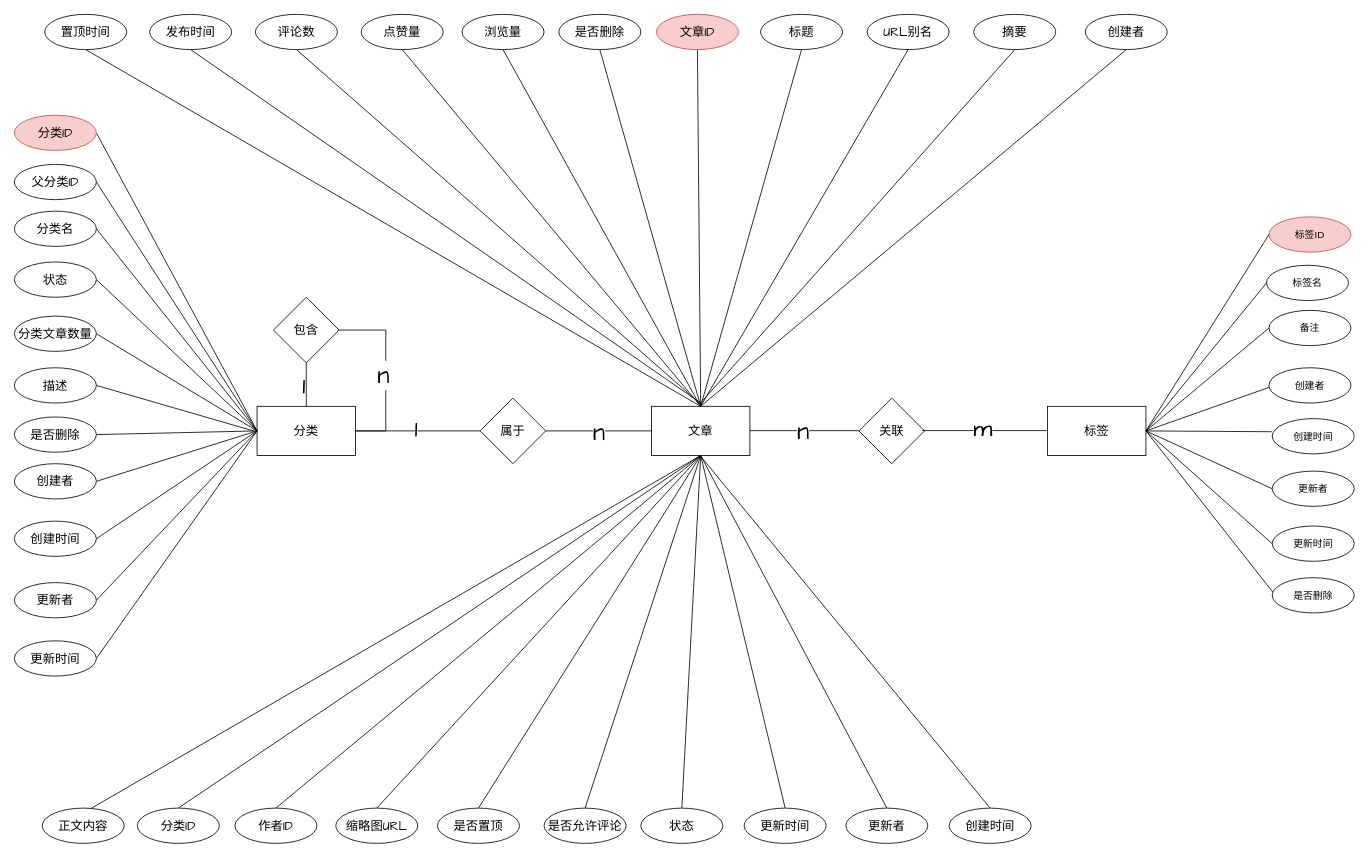
Above: graph/分类ER.drawio in zhangbird050801/bird-blog (draw.io), before the change. Source tidied: cells renumbered, new cells numbered last; positions are measured from the earlier drawing's top-left corner, leaving out a move shared by most shapes. Both pictures are drawn from the tidied source at 82%, with x=0, y=0 at pixel (14, 14).
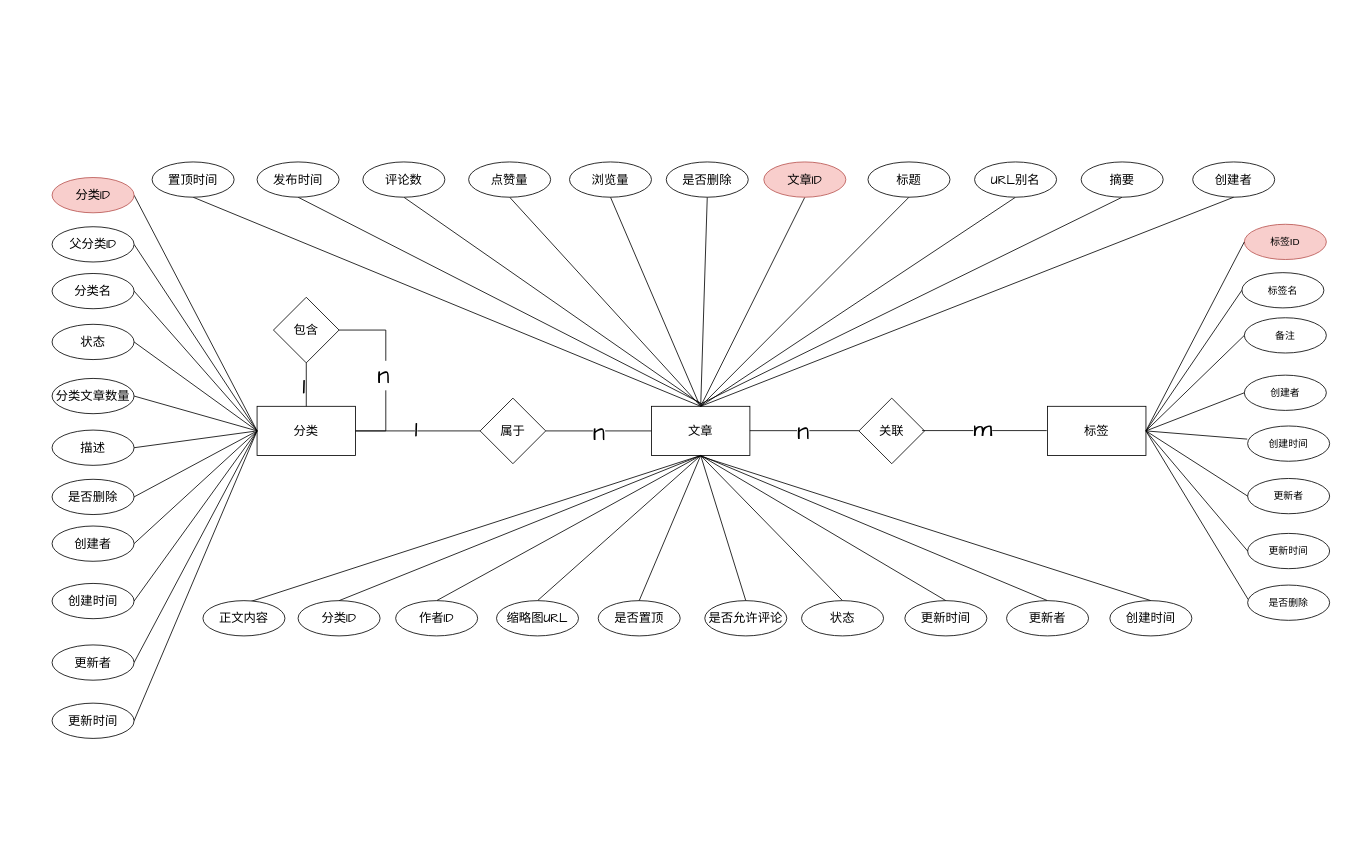
After the change.

Unchanged cells that the change refers to:
```xml
<mxCell id="72" value="标签" style="rounded=0;whiteSpace=wrap;html=1;fontSize=15;fontFamily=Comic Sans MS;" parent="1" vertex="1">
  <mxGeometry x="1260" y="478" width="120" height="60" as="geometry" />
</mxCell>
```

Diff of the diagram source:
```diff
@@
     <mxCell id="6" value="分类ID" style="whiteSpace=wrap;html=1;shape=ellipse;perimeter=ellipsePerimeter;strokeColor=#b85450;align=center;verticalAlign=middle;fontFamily=Comic Sans MS;fontSize=15;fillColor=#f8cecc;fixedWidth=0;" parent="1" vertex="1">
-      <mxGeometry y="123" width="100" height="43" as="geometry" />
+      <mxGeometry x="46" y="199" width="100" height="43" as="geometry" />
     </mxCell>
@@
     <mxCell id="8" value="分类名" style="whiteSpace=wrap;html=1;shape=ellipse;perimeter=ellipsePerimeter;strokeColor=default;align=center;verticalAlign=middle;fontFamily=Comic Sans MS;fontSize=15;fontColor=default;fillColor=default;" parent="1" vertex="1">
-      <mxGeometry y="240" width="100" height="43" as="geometry" />
+      <mxGeometry x="46" y="316" width="100" height="43" as="geometry" />
     </mxCell>
@@
     <mxCell id="10" value="描述" style="whiteSpace=wrap;html=1;rounded=0;shape=ellipse;perimeter=ellipsePerimeter;strokeColor=default;align=center;verticalAlign=middle;fontFamily=Comic Sans MS;fontSize=15;fontColor=default;fillColor=default;" parent="1" vertex="1">
-      <mxGeometry y="431" width="100" height="43" as="geometry" />
+      <mxGeometry x="46" y="507" width="100" height="43" as="geometry" />
     </mxCell>
@@
     <mxCell id="12" value="状态" style="whiteSpace=wrap;html=1;rounded=0;shape=ellipse;perimeter=ellipsePerimeter;strokeColor=default;align=center;verticalAlign=middle;fontFamily=Comic Sans MS;fontSize=15;fontColor=default;fillColor=default;" parent="1" vertex="1">
-      <mxGeometry y="302" width="100" height="43" as="geometry" />
+      <mxGeometry x="46" y="378" width="100" height="43" as="geometry" />
     </mxCell>
@@
     <mxCell id="14" value="创建时间" style="whiteSpace=wrap;html=1;shape=ellipse;perimeter=ellipsePerimeter;strokeColor=default;align=center;verticalAlign=middle;fontFamily=Comic Sans MS;fontSize=15;fontColor=default;fillColor=default;" parent="1" vertex="1">
-      <mxGeometry y="618" width="100" height="43" as="geometry" />
+      <mxGeometry x="46" y="694" width="100" height="43" as="geometry" />
     </mxCell>
@@
     <mxCell id="16" value="创建者" style="whiteSpace=wrap;html=1;shape=ellipse;perimeter=ellipsePerimeter;strokeColor=default;align=center;verticalAlign=middle;fontFamily=Comic Sans MS;fontSize=15;fontColor=default;fillColor=default;" parent="1" vertex="1">
-      <mxGeometry y="548" width="100" height="43" as="geometry" />
+      <mxGeometry x="46" y="624" width="100" height="43" as="geometry" />
     </mxCell>
@@
     <mxCell id="18" value="更新时间" style="whiteSpace=wrap;html=1;shape=ellipse;perimeter=ellipsePerimeter;strokeColor=default;align=center;verticalAlign=middle;fontFamily=Comic Sans MS;fontSize=15;fontColor=default;fillColor=default;" parent="1" vertex="1">
-      <mxGeometry y="764" width="100" height="43" as="geometry" />
+      <mxGeometry x="46" y="840" width="100" height="43" as="geometry" />
     </mxCell>
@@
     <mxCell id="20" value="更新者" style="whiteSpace=wrap;html=1;shape=ellipse;perimeter=ellipsePerimeter;strokeColor=default;align=center;verticalAlign=middle;fontFamily=Comic Sans MS;fontSize=15;fontColor=default;fillColor=default;" parent="1" vertex="1">
-      <mxGeometry y="693" width="100" height="43" as="geometry" />
+      <mxGeometry x="46" y="769" width="100" height="43" as="geometry" />
     </mxCell>
@@
     <mxCell id="22" value="分类文章数量" style="whiteSpace=wrap;html=1;shape=ellipse;perimeter=ellipsePerimeter;strokeColor=default;align=center;verticalAlign=middle;fontFamily=Comic Sans MS;fontSize=15;fontColor=default;fillColor=default;" parent="1" vertex="1">
-      <mxGeometry y="368" width="100" height="43" as="geometry" />
+      <mxGeometry x="46" y="444" width="100" height="43" as="geometry" />
     </mxCell>
@@
     <mxCell id="24" value="是否删除" style="whiteSpace=wrap;html=1;shape=ellipse;perimeter=ellipsePerimeter;fontSize=15;fontFamily=Comic Sans MS;strokeWidth=1;fontStyle=0;" parent="1" vertex="1">
-      <mxGeometry y="491" width="100" height="43" as="geometry" />
+      <mxGeometry x="46" y="567" width="100" height="43" as="geometry" />
     </mxCell>
@@
     <mxCell id="26" value="父分类ID" style="whiteSpace=wrap;html=1;rounded=0;strokeColor=default;align=center;verticalAlign=middle;fontFamily=Comic Sans MS;fontSize=15;fontColor=default;fillColor=default;shape=ellipse;perimeter=ellipsePerimeter;" parent="1" vertex="1">
-      <mxGeometry y="183" width="100" height="43" as="geometry" />
+      <mxGeometry x="46" y="259" width="100" height="43" as="geometry" />
     </mxCell>
@@
     <mxCell id="32" value="文章ID" style="whiteSpace=wrap;html=1;shape=ellipse;perimeter=ellipsePerimeter;fontSize=15;fontFamily=Comic Sans MS;fillColor=#f8cecc;strokeColor=#b85450;" parent="1" vertex="1">
-      <mxGeometry x="783" width="100" height="43" as="geometry" />
+      <mxGeometry x="914" y="180" width="100" height="43" as="geometry" />
     </mxCell>
@@
     <mxCell id="34" value="URL别名" style="whiteSpace=wrap;html=1;shape=ellipse;perimeter=ellipsePerimeter;fontSize=15;fontFamily=Comic Sans MS;" parent="1" vertex="1">
-      <mxGeometry x="1040" width="100" height="43" as="geometry" />
+      <mxGeometry x="1171" y="180" width="100" height="43" as="geometry" />
     </mxCell>
@@
     <mxCell id="36" value="分类ID" style="whiteSpace=wrap;html=1;rounded=0;shape=ellipse;perimeter=ellipsePerimeter;fontSize=15;fontFamily=Comic Sans MS;" parent="1" vertex="1">
-      <mxGeometry x="150" y="968" width="100" height="43" as="geometry" />
+      <mxGeometry x="346" y="715" width="100" height="43" as="geometry" />
     </mxCell>
@@
     <mxCell id="38" value="摘要" style="whiteSpace=wrap;html=1;rounded=0;shape=ellipse;perimeter=ellipsePerimeter;fontSize=15;fontFamily=Comic Sans MS;" parent="1" vertex="1">
-      <mxGeometry x="1170" width="100" height="43" as="geometry" />
+      <mxGeometry x="1301" y="180" width="100" height="43" as="geometry" />
     </mxCell>
@@
     <mxCell id="40" value="创建时间" style="whiteSpace=wrap;html=1;shape=ellipse;perimeter=ellipsePerimeter;fontSize=15;fontFamily=Comic Sans MS;" parent="1" vertex="1">
-      <mxGeometry x="1140" y="968" width="100" height="43" as="geometry" />
+      <mxGeometry x="1336" y="715" width="100" height="43" as="geometry" />
     </mxCell>
     <mxCell id="41" value="创建者" style="whiteSpace=wrap;html=1;shape=ellipse;perimeter=ellipsePerimeter;fontSize=15;fontFamily=Comic Sans MS;" parent="1" vertex="1">
-      <mxGeometry x="1306" width="100" height="43" as="geometry" />
+      <mxGeometry x="1437" y="180" width="100" height="43" as="geometry" />
     </mxCell>
@@
     <mxCell id="43" value="更新时间" style="whiteSpace=wrap;html=1;shape=ellipse;perimeter=ellipsePerimeter;fontSize=15;fontFamily=Comic Sans MS;" parent="1" vertex="1">
-      <mxGeometry x="890" y="968" width="100" height="43" as="geometry" />
+      <mxGeometry x="1086" y="715" width="100" height="43" as="geometry" />
     </mxCell>
@@
     <mxCell id="45" value="更新者" style="whiteSpace=wrap;html=1;shape=ellipse;perimeter=ellipsePerimeter;fontSize=15;fontFamily=Comic Sans MS;" parent="1" vertex="1">
-      <mxGeometry x="1014" y="968" width="100" height="43" as="geometry" />
+      <mxGeometry x="1210" y="715" width="100" height="43" as="geometry" />
     </mxCell>
@@
     <mxCell id="47" value="正文内容" style="whiteSpace=wrap;html=1;shape=ellipse;perimeter=ellipsePerimeter;fontSize=15;fontFamily=Comic Sans MS;" parent="1" vertex="1">
-      <mxGeometry x="34" y="968" width="100" height="43" as="geometry" />
+      <mxGeometry x="230" y="715" width="100" height="43" as="geometry" />
     </mxCell>
@@
     <mxCell id="49" value="标题" style="whiteSpace=wrap;html=1;rounded=0;strokeColor=default;align=center;verticalAlign=middle;fontFamily=Comic Sans MS;fontSize=15;fontColor=default;fillColor=default;shape=ellipse;perimeter=ellipsePerimeter;" parent="1" vertex="1">
-      <mxGeometry x="910" width="100" height="43" as="geometry" />
+      <mxGeometry x="1041" y="180" width="100" height="43" as="geometry" />
     </mxCell>
@@
     <mxCell id="51" value="是否删除" style="whiteSpace=wrap;html=1;shape=ellipse;perimeter=ellipsePerimeter;fontSize=15;fontFamily=Comic Sans MS;" parent="1" vertex="1">
-      <mxGeometry x="664" width="100" height="43" as="geometry" />
+      <mxGeometry x="795" y="180" width="100" height="43" as="geometry" />
     </mxCell>
     <mxCell id="52" value="是否置顶" style="whiteSpace=wrap;html=1;shape=ellipse;perimeter=ellipsePerimeter;fontSize=15;fontFamily=Comic Sans MS;" parent="1" vertex="1">
-      <mxGeometry x="516" y="968" width="100" height="43" as="geometry" />
+      <mxGeometry x="712" y="715" width="100" height="43" as="geometry" />
     </mxCell>
@@
     <mxCell id="54" value="缩略图URL" style="whiteSpace=wrap;html=1;shape=ellipse;perimeter=ellipsePerimeter;fontSize=15;fontFamily=Comic Sans MS;" parent="1" vertex="1">
-      <mxGeometry x="392" y="968" width="100" height="43" as="geometry" />
+      <mxGeometry x="588" y="715" width="100" height="43" as="geometry" />
     </mxCell>
@@
     <mxCell id="56" value="状态" style="whiteSpace=wrap;html=1;rounded=0;shape=ellipse;perimeter=ellipsePerimeter;fontSize=15;fontFamily=Comic Sans MS;" parent="1" vertex="1">
-      <mxGeometry x="764" y="968" width="100" height="43" as="geometry" />
+      <mxGeometry x="960" y="715" width="100" height="43" as="geometry" />
     </mxCell>
@@
     <mxCell id="58" value="是否允许评论" style="whiteSpace=wrap;html=1;shape=ellipse;perimeter=ellipsePerimeter;fontSize=15;fontFamily=Comic Sans MS;" parent="1" vertex="1">
-      <mxGeometry x="646" y="968" width="100" height="43" as="geometry" />
+      <mxGeometry x="842" y="715" width="100" height="43" as="geometry" />
     </mxCell>
@@
     <mxCell id="60" value="置顶时间" style="whiteSpace=wrap;html=1;shape=ellipse;perimeter=ellipsePerimeter;fontSize=15;fontFamily=Comic Sans MS;" parent="1" vertex="1">
-      <mxGeometry x="37" width="100" height="43" as="geometry" />
+      <mxGeometry x="168" y="180" width="100" height="43" as="geometry" />
     </mxCell>
@@
     <mxCell id="62" value="浏览量" style="whiteSpace=wrap;html=1;shape=ellipse;perimeter=ellipsePerimeter;fontSize=15;fontFamily=Comic Sans MS;" parent="1" vertex="1">
-      <mxGeometry x="546" width="100" height="43" as="geometry" />
+      <mxGeometry x="677" y="180" width="100" height="43" as="geometry" />
     </mxCell>
@@
     <mxCell id="65" value="评论数" style="whiteSpace=wrap;html=1;rounded=0;shape=ellipse;perimeter=ellipsePerimeter;fontSize=15;fontFamily=Comic Sans MS;" parent="1" vertex="1">
-      <mxGeometry x="294" width="100" height="43" as="geometry" />
+      <mxGeometry x="425" y="180" width="100" height="43" as="geometry" />
     </mxCell>
@@
     <mxCell id="67" value="点赞量" style="whiteSpace=wrap;html=1;shape=ellipse;perimeter=ellipsePerimeter;fontSize=15;fontFamily=Comic Sans MS;" parent="1" vertex="1">
-      <mxGeometry x="423" width="100" height="43" as="geometry" />
+      <mxGeometry x="554" y="180" width="100" height="43" as="geometry" />
     </mxCell>
     <mxCell id="68" value="发布时间" style="whiteSpace=wrap;html=1;shape=ellipse;perimeter=ellipsePerimeter;fontSize=15;fontFamily=Comic Sans MS;" parent="1" vertex="1">
-      <mxGeometry x="165" width="100" height="43" as="geometry" />
+      <mxGeometry x="296" y="180" width="100" height="43" as="geometry" />
     </mxCell>
@@
     <mxCell id="75" value="标签ID" style="ellipse;whiteSpace=wrap;html=1;fillColor=#f8cecc;strokeColor=#b85450;" parent="1" vertex="1">
-      <mxGeometry x="1530" y="247" width="100" height="43" as="geometry" />
+      <mxGeometry x="1500" y="256" width="100" height="43" as="geometry" />
     </mxCell>
     <mxCell id="76" value="标签名" style="ellipse;whiteSpace=wrap;html=1;" parent="1" vertex="1">
-      <mxGeometry x="1527" y="306" width="100" height="43" as="geometry" />
+      <mxGeometry x="1497" y="315" width="100" height="43" as="geometry" />
     </mxCell>
     <mxCell id="77" value="备注" style="ellipse;whiteSpace=wrap;html=1;" parent="1" vertex="1">
-      <mxGeometry x="1530" y="361" width="100" height="43" as="geometry" />
+      <mxGeometry x="1500" y="370" width="100" height="43" as="geometry" />
     </mxCell>
     <mxCell id="78" value="创建者" style="ellipse;whiteSpace=wrap;html=1;" parent="1" vertex="1">
-      <mxGeometry x="1530" y="431" width="100" height="43" as="geometry" />
+      <mxGeometry x="1500" y="440" width="100" height="43" as="geometry" />
     </mxCell>
     <mxCell id="79" value="创建时间" style="ellipse;whiteSpace=wrap;html=1;" parent="1" vertex="1">
-      <mxGeometry x="1534" y="493" width="100" height="43" as="geometry" />
+      <mxGeometry x="1504" y="502" width="100" height="43" as="geometry" />
     </mxCell>
     <mxCell id="80" value="是否删除" style="ellipse;whiteSpace=wrap;html=1;" parent="1" vertex="1">
-      <mxGeometry x="1534" y="687" width="100" height="43" as="geometry" />
+      <mxGeometry x="1504" y="696" width="100" height="43" as="geometry" />
     </mxCell>
     <mxCell id="81" value="更新时间" style="ellipse;whiteSpace=wrap;html=1;" parent="1" vertex="1">
-      <mxGeometry x="1534" y="624" width="100" height="43" as="geometry" />
+      <mxGeometry x="1504" y="633" width="100" height="43" as="geometry" />
     </mxCell>
     <mxCell id="82" value="更新者" style="ellipse;whiteSpace=wrap;html=1;" parent="1" vertex="1">
-      <mxGeometry x="1534" y="557" width="100" height="43" as="geometry" />
+      <mxGeometry x="1504" y="566" width="100" height="43" as="geometry" />
     </mxCell>
     <mxCell id="83" value="作者ID" style="whiteSpace=wrap;html=1;shape=ellipse;perimeter=ellipsePerimeter;fontSize=15;fontFamily=Comic Sans MS;" parent="1" vertex="1">
-      <mxGeometry x="269" y="968" width="100" height="43" as="geometry" />
+      <mxGeometry x="465" y="715" width="100" height="43" as="geometry" />
     </mxCell>
@@
-    <mxCell id="90" style="rounded=0;jettySize=auto;html=1;exitX=0;exitY=0.5;exitDx=0;exitDy=0;endArrow=none;endFill=0;fontSize=15;fontFamily=Comic Sans MS;entryX=1;entryY=0.5;entryDx=0;entryDy=0;" parent="1" edge="1" target="72">
-      <mxGeometry relative="1" as="geometry">
-        <mxPoint x="1530" y="455" as="sourcePoint" />
-      </mxGeometry>
+    <mxCell id="90" style="rounded=0;jettySize=auto;html=1;exitX=0;exitY=0.5;exitDx=0;exitDy=0;endArrow=none;endFill=0;fontSize=15;fontFamily=Comic Sans MS;entryX=1;entryY=0.5;entryDx=0;entryDy=0;" parent="1" edge="1" source="78" target="72">
+      <mxGeometry relative="1" as="geometry" />
     </mxCell>
```
